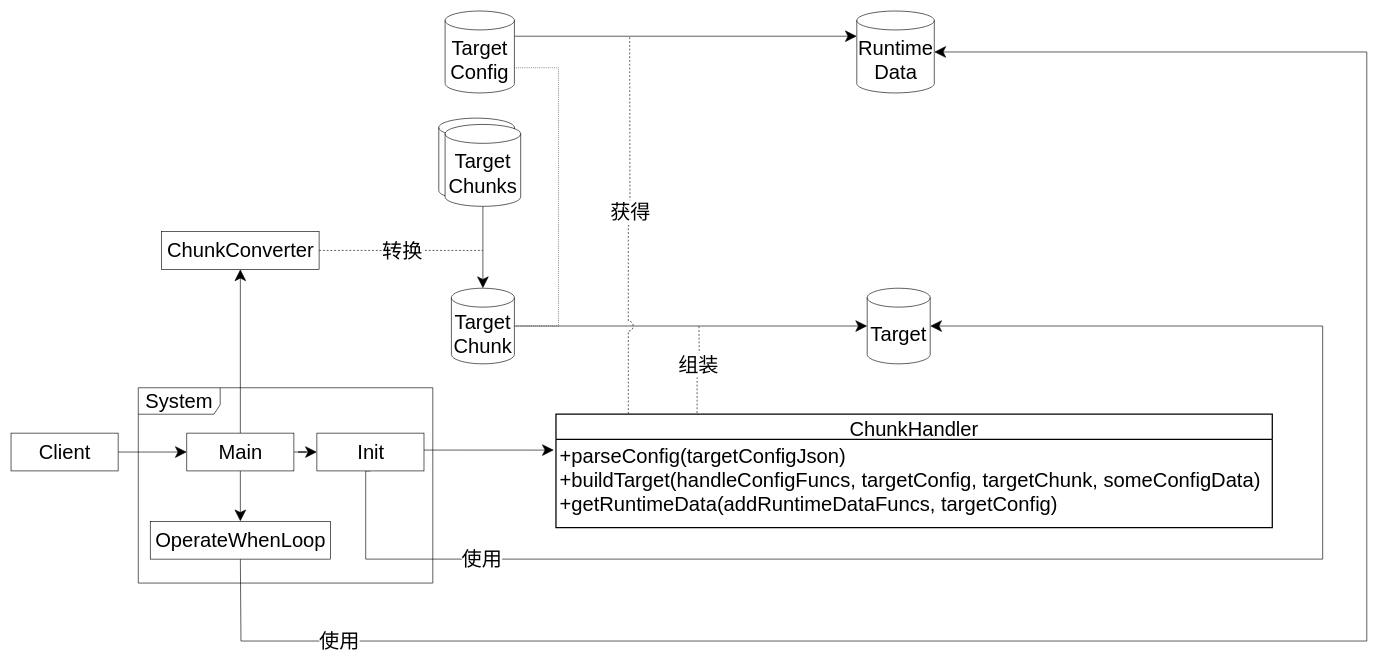
This is packages/拼接模式/role_abstract/UML.drawio from yyc-git/3DProgramPattern, a draw.io file, before an edit. Source tidied: cells renumbered, new cells numbered last; positions are measured from the earlier drawing's top-left corner, leaving out a move shared by most shapes. Both pictures are drawn from the tidied source at 63%, with x=0, y=0 at pixel (11, 11).
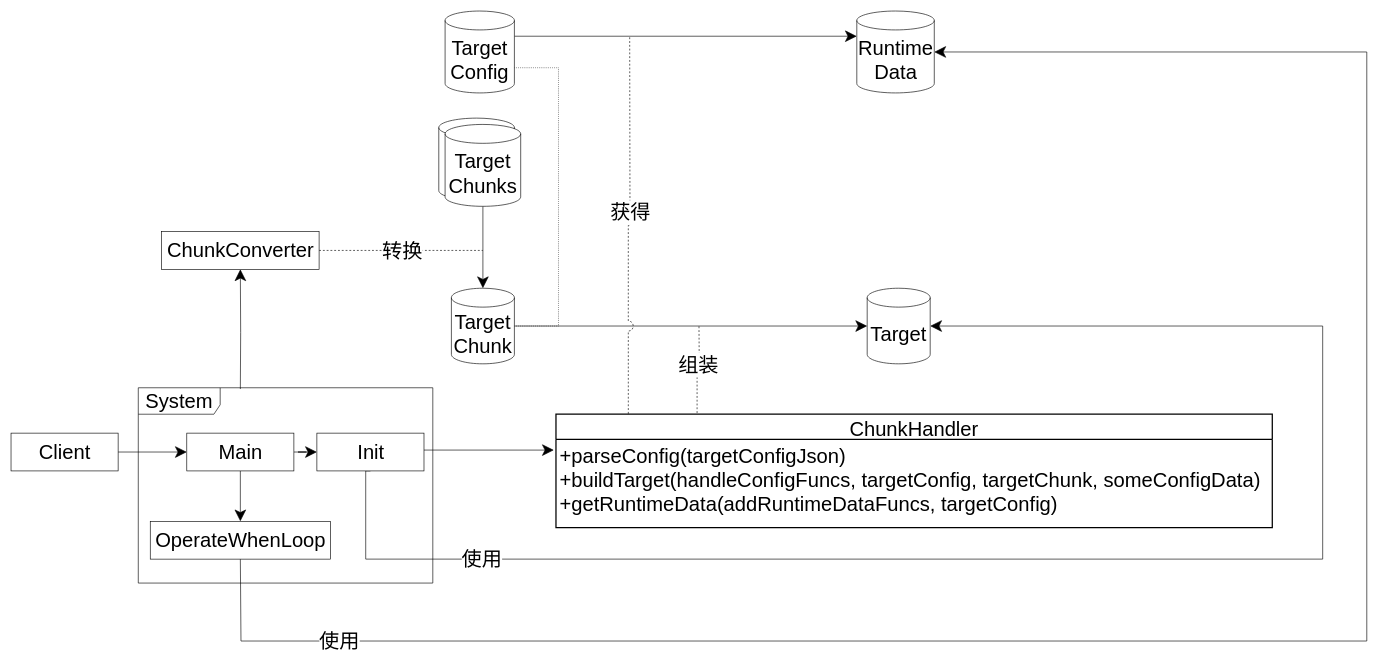
The same page after the edit.

Commit message (it also covers changes not shown here):
feat(拼接模式): fix umls

Unchanged cells that the change refers to:
```xml
<mxCell id="17" value="ChunkConverter" style="html=1;fontSize=32;" parent="1" vertex="1">
  <mxGeometry x="239" y="350" width="250" height="60" as="geometry" />
</mxCell>
<mxCell id="32" value="Main" style="html=1;fontSize=32;" parent="1" vertex="1">
  <mxGeometry x="279" y="670" width="170" height="60" as="geometry" />
</mxCell>
```

Change to the diagram source:
```diff
@@
-    <mxCell id="11" style="edgeStyle=orthogonalEdgeStyle;rounded=0;jettySize=auto;html=1;entryX=0.5;entryY=1;entryDx=0;entryDy=0;endSize=16;startSize=16;exitX=0.5;exitY=0;exitDx=0;exitDy=0;" parent="1" edge="1" source="32" target="17">
-      <mxGeometry relative="1" as="geometry" />
+    <mxCell id="11" style="edgeStyle=orthogonalEdgeStyle;rounded=0;jettySize=auto;html=1;entryX=0.5;entryY=1;entryDx=0;entryDy=0;endSize=16;startSize=16;" parent="1" edge="1" target="17">
+      <mxGeometry relative="1" as="geometry">
+        <mxPoint x="364" y="600" as="sourcePoint" />
+      </mxGeometry>
     </mxCell>
```
